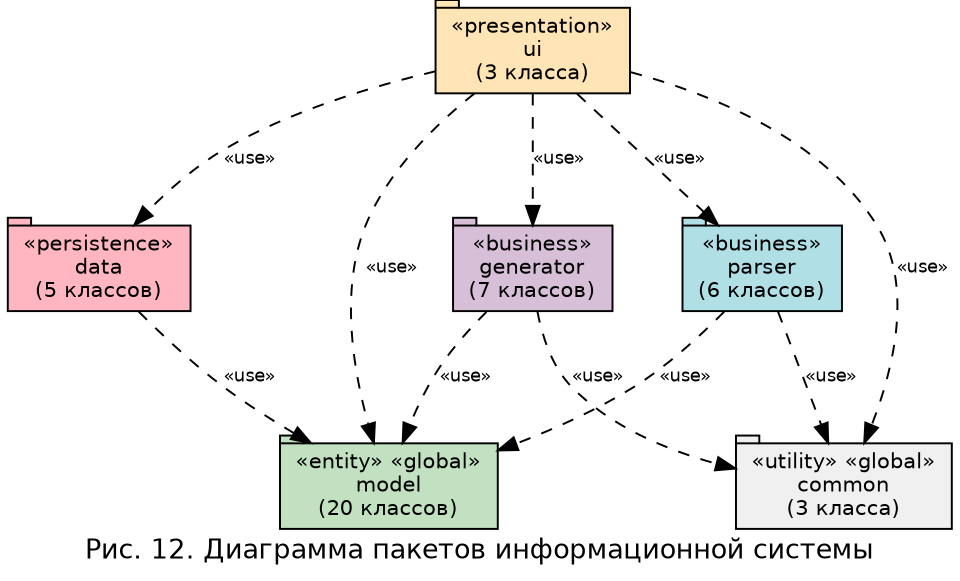
The Graphviz diagram diagrams/packages.png in nastolbov/AutoTestGeneratorUpdate, before a commit. Its source is kept beside it as diagrams/packages.dot.
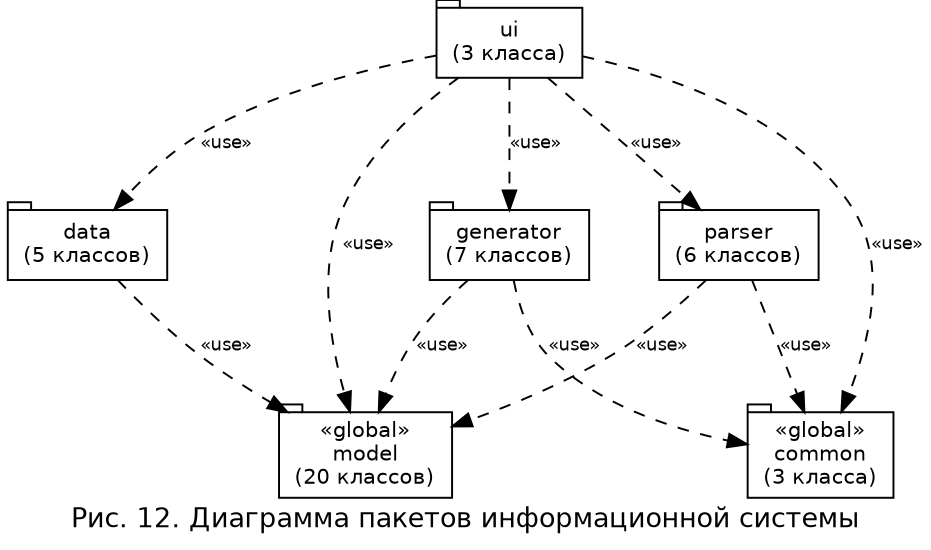
The same diagram one commit later.

What changed in the source:
```diff
@@ -1,21 +1,16 @@
 digraph Packages {
-    rankdir=TB;
-    fontname="DejaVu Sans";
-    label="Рис. 12. Диаграмма пакетов информационной системы";
-    labelloc="b";
-    fontsize=14;
-    nodesep=0.5;
-    ranksep=0.8;
+    rankdir=TB; fontname="DejaVu Sans"; fontsize=14;
+    label="Рис. 12. Диаграмма пакетов информационной системы"; labelloc=b;
+    nodesep=0.5; ranksep=0.8;
+    node [shape=tab, fontname="DejaVu Sans", fontsize=11, style=filled, fillcolor=white];
+    edge [color=black, fontname="DejaVu Sans", fontsize=9];
 
-    node [shape=tab, fontname="DejaVu Sans", fontsize=11, style="filled"];
-    edge [fontname="DejaVu Sans", fontsize=9];
-
-    ui       [label="«presentation»\nui\n(3 класса)",      fillcolor="#FFE4B5"];
-    parser   [label="«business»\nparser\n(6 классов)",      fillcolor="#B0E0E6"];
-    generator[label="«business»\ngenerator\n(7 классов)",   fillcolor="#D8BFD8"];
-    data     [label="«persistence»\ndata\n(5 классов)",     fillcolor="#FFB6C1"];
-    model    [label="«entity» «global»\nmodel\n(20 классов)", fillcolor="#C1E1C1"];
-    common   [label="«utility» «global»\ncommon\n(3 класса)", fillcolor="#F0F0F0"];
+    ui        [label="ui\n(3 класса)"];
+    parser    [label="parser\n(6 классов)"];
+    generator [label="generator\n(7 классов)"];
+    data      [label="data\n(5 классов)"];
+    model     [label="«global»\nmodel\n(20 классов)"];
+    common    [label="«global»\ncommon\n(3 класса)"];
 
     ui -> parser    [label="«use»", style=dashed];
     ui -> generator [label="«use»", style=dashed];
```
